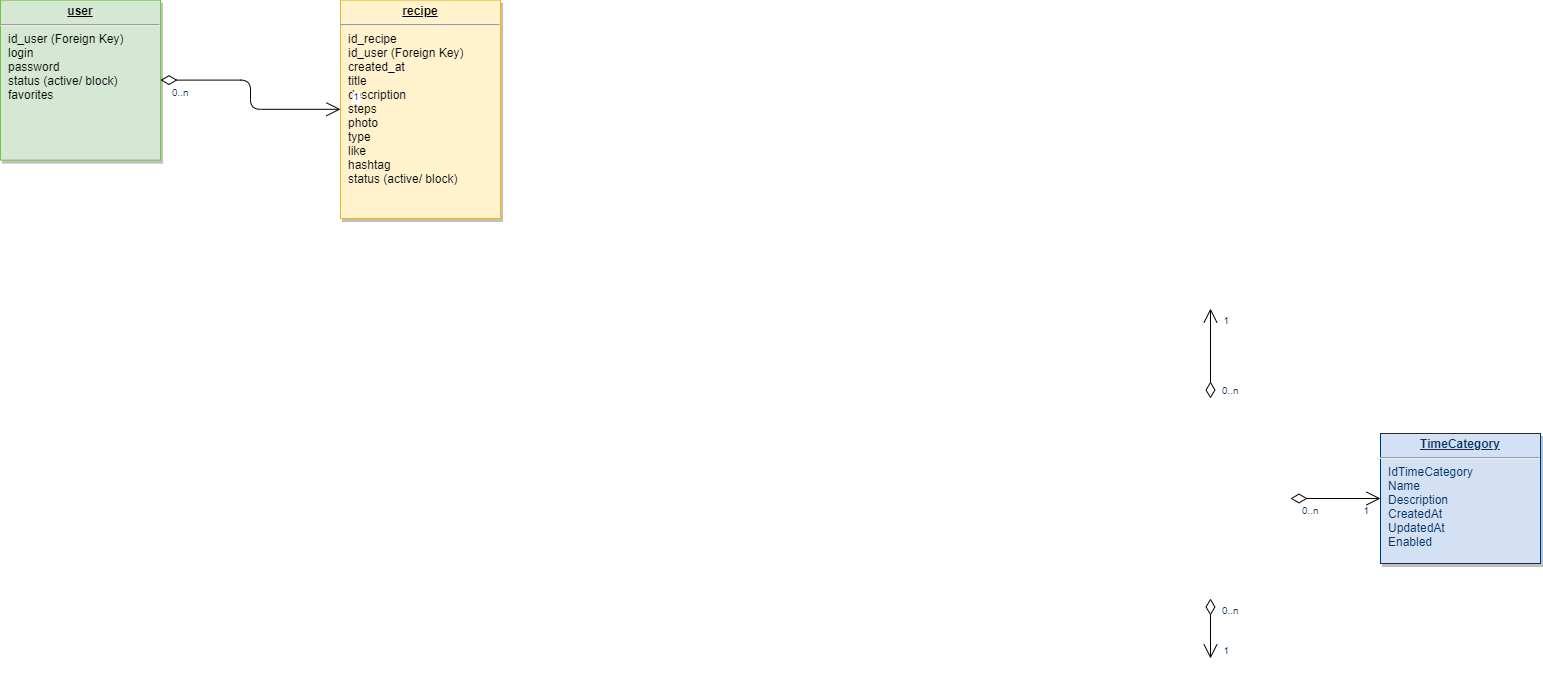
Earlier version of the draw.io export files/Database schema.drawio.png (uzhegovaelena/recipes-project). Source tidied: cells renumbered, new cells last; positions are measured from the earlier drawing's top-left corner, leaving out a move shared by most shapes. Its diagram source:
```xml
<mxGraphModel>
  <root>
    <mxCell id="0" />
    <mxCell id="1" parent="0" />
    <mxCell id="2" value="&lt;p style=&quot;margin: 0px ; margin-top: 4px ; text-align: center ; text-decoration: underline&quot;&gt;&lt;strong&gt;recipe&lt;/strong&gt;&lt;br&gt;&lt;/p&gt;&lt;hr&gt;&lt;p style=&quot;margin: 0px ; margin-left: 8px&quot;&gt;id_recipe&lt;/p&gt;&lt;p style=&quot;margin: 0px ; margin-left: 8px&quot;&gt;id_user (Foreign Key)&lt;/p&gt;&lt;p style=&quot;margin: 0px ; margin-left: 8px&quot;&gt;created_at&lt;/p&gt;&lt;p style=&quot;margin: 0px ; margin-left: 8px&quot;&gt;title&lt;/p&gt;&lt;p style=&quot;margin: 0px ; margin-left: 8px&quot;&gt;description&lt;/p&gt;&lt;p style=&quot;margin: 0px ; margin-left: 8px&quot;&gt;steps&lt;/p&gt;&lt;p style=&quot;margin: 0px ; margin-left: 8px&quot;&gt;photo&lt;/p&gt;&lt;p style=&quot;margin: 0px ; margin-left: 8px&quot;&gt;type&lt;/p&gt;&lt;p style=&quot;margin: 0px ; margin-left: 8px&quot;&gt;like&lt;/p&gt;&lt;p style=&quot;margin: 0px ; margin-left: 8px&quot;&gt;hashtag&lt;/p&gt;&lt;p style=&quot;margin: 0px ; margin-left: 8px&quot;&gt;status (active/ block)&lt;/p&gt;" style="verticalAlign=top;align=left;overflow=fill;fontSize=12;fontFamily=Helvetica;html=1;strokeColor=#d6b656;shadow=1;fillColor=#fff2cc;" parent="1" vertex="1">
      <mxGeometry x="340" y="-0.4" width="160" height="218.4" as="geometry" />
    </mxCell>
    <mxCell id="3" value="&lt;p style=&quot;margin: 0px ; margin-top: 4px ; text-align: center ; text-decoration: underline&quot;&gt;&lt;b&gt;user&lt;/b&gt;&lt;/p&gt;&lt;hr&gt;&lt;p style=&quot;margin: 0px ; margin-left: 8px&quot;&gt;id_user (Foreign Key)&lt;/p&gt;&lt;p style=&quot;margin: 0px ; margin-left: 8px&quot;&gt;login&lt;/p&gt;&lt;p style=&quot;margin: 0px ; margin-left: 8px&quot;&gt;password&lt;/p&gt;&lt;p style=&quot;margin: 0px ; margin-left: 8px&quot;&gt;status (active/ block)&lt;/p&gt;&lt;p style=&quot;margin: 0px ; margin-left: 8px&quot;&gt;favorites&lt;/p&gt;" style="verticalAlign=top;align=left;overflow=fill;fontSize=12;fontFamily=Helvetica;html=1;shadow=1;fillColor=#d5e8d4;strokeColor=#82b366;" parent="1" vertex="1">
      <mxGeometry y="-0.4" width="160" height="160" as="geometry" />
    </mxCell>
    <mxCell id="4" value="&lt;p style=&quot;margin: 0px; margin-top: 4px; text-align: center; text-decoration: underline;&quot;&gt;&lt;strong&gt;TimeCategory&lt;/strong&gt;&lt;/p&gt;&lt;hr /&gt;&lt;p style=&quot;margin: 0px; margin-left: 8px;&quot;&gt;IdTimeCategory&lt;/p&gt;&lt;p style=&quot;margin: 0px; margin-left: 8px;&quot;&gt;Name&lt;/p&gt;&lt;p style=&quot;margin: 0px; margin-left: 8px;&quot;&gt;Description&lt;/p&gt;&lt;p style=&quot;margin: 0px; margin-left: 8px;&quot;&gt;CreatedAt&lt;/p&gt;&lt;p style=&quot;margin: 0px; margin-left: 8px;&quot;&gt;UpdatedAt&lt;/p&gt;&lt;p style=&quot;margin: 0px; margin-left: 8px;&quot;&gt;Enabled&lt;/p&gt;" style="verticalAlign=top;align=left;overflow=fill;fontSize=12;fontFamily=Helvetica;html=1;strokeColor=#003366;shadow=1;fillColor=#D4E1F5;fontColor=#003366;" parent="1" vertex="1">
      <mxGeometry x="1380" y="433" width="160" height="130" as="geometry" />
    </mxCell>
    <mxCell id="5" style="endArrow=open;endSize=12;startArrow=diamondThin;startSize=14;startFill=0;edgeStyle=orthogonalEdgeStyle;" parent="1" edge="1">
      <mxGeometry x="1269.4" y="180" as="geometry">
        <mxPoint x="1210" y="598" as="sourcePoint" />
        <mxPoint x="1210" y="658" as="targetPoint" />
      </mxGeometry>
    </mxCell>
    <mxCell id="6" value="0..n" style="align=left;verticalAlign=top;labelBackgroundColor=#ffffff;fontSize=10;strokeColor=#003366;shadow=1;fillColor=#D4E1F5;fontColor=#003366;" parent="5" vertex="1">
      <mxGeometry x="-1" relative="1" as="geometry">
        <mxPoint x="10" as="offset" />
      </mxGeometry>
    </mxCell>
    <mxCell id="7" value="1" style="align=right;verticalAlign=top;labelBackgroundColor=#ffffff;fontSize=10;strokeColor=#003366;shadow=1;fillColor=#D4E1F5;fontColor=#003366;" parent="5" vertex="1">
      <mxGeometry x="1" relative="1" as="geometry">
        <mxPoint x="20" y="-20" as="offset" />
      </mxGeometry>
    </mxCell>
    <mxCell id="8" style="endArrow=open;endSize=12;startArrow=diamondThin;startSize=14;startFill=0;edgeStyle=orthogonalEdgeStyle;" parent="1" edge="1" target="4">
      <mxGeometry x="1309.4" y="540" as="geometry">
        <mxPoint x="1290" y="498" as="sourcePoint" />
      </mxGeometry>
    </mxCell>
    <mxCell id="9" value="0..n" style="align=left;verticalAlign=top;labelBackgroundColor=#ffffff;fontSize=10;strokeColor=#003366;shadow=1;fillColor=#D4E1F5;fontColor=#003366;" parent="8" vertex="1">
      <mxGeometry x="-1" relative="1" as="geometry">
        <mxPoint x="10" as="offset" />
      </mxGeometry>
    </mxCell>
    <mxCell id="10" value="1" style="align=right;verticalAlign=top;labelBackgroundColor=#ffffff;fontSize=10;strokeColor=#003366;shadow=1;fillColor=#D4E1F5;fontColor=#003366;" parent="8" vertex="1">
      <mxGeometry x="1" relative="1" as="geometry">
        <mxPoint x="-10" as="offset" />
      </mxGeometry>
    </mxCell>
    <mxCell id="11" style="endArrow=open;endSize=12;startArrow=diamondThin;startSize=14;startFill=0;edgeStyle=orthogonalEdgeStyle;" parent="1" edge="1">
      <mxGeometry x="1119.4" y="540" as="geometry">
        <mxPoint x="1210" y="398" as="sourcePoint" />
        <mxPoint x="1210" y="308" as="targetPoint" />
      </mxGeometry>
    </mxCell>
    <mxCell id="12" value="0..n" style="align=left;verticalAlign=top;labelBackgroundColor=#ffffff;fontSize=10;strokeColor=#003366;shadow=1;fillColor=#D4E1F5;fontColor=#003366;" parent="11" vertex="1">
      <mxGeometry x="-1" relative="1" as="geometry">
        <mxPoint x="10" y="-20" as="offset" />
      </mxGeometry>
    </mxCell>
    <mxCell id="13" value="1" style="align=right;verticalAlign=top;labelBackgroundColor=#ffffff;fontSize=10;strokeColor=#003366;shadow=1;fillColor=#D4E1F5;fontColor=#003366;" parent="11" vertex="1">
      <mxGeometry x="1" relative="1" as="geometry">
        <mxPoint x="20" as="offset" />
      </mxGeometry>
    </mxCell>
    <mxCell id="14" style="endArrow=open;endSize=12;startArrow=diamondThin;startSize=14;startFill=0;edgeStyle=orthogonalEdgeStyle;" parent="1" edge="1" source="3" target="2">
      <mxGeometry x="620" y="340" as="geometry" />
    </mxCell>
    <mxCell id="15" value="0..n" style="align=left;verticalAlign=top;labelBackgroundColor=#ffffff;fontSize=10;strokeColor=#003366;shadow=1;fillColor=#D4E1F5;fontColor=#003366;" parent="14" vertex="1">
      <mxGeometry x="-1" relative="1" as="geometry">
        <mxPoint x="10" as="offset" />
      </mxGeometry>
    </mxCell>
    <mxCell id="16" value="1" style="align=right;verticalAlign=top;labelBackgroundColor=#ffffff;fontSize=10;strokeColor=#003366;shadow=1;fillColor=#D4E1F5;fontColor=#003366;" parent="14" vertex="1">
      <mxGeometry x="1" relative="1" as="geometry">
        <mxPoint x="20" y="-25" as="offset" />
      </mxGeometry>
    </mxCell>
  </root>
</mxGraphModel>
```
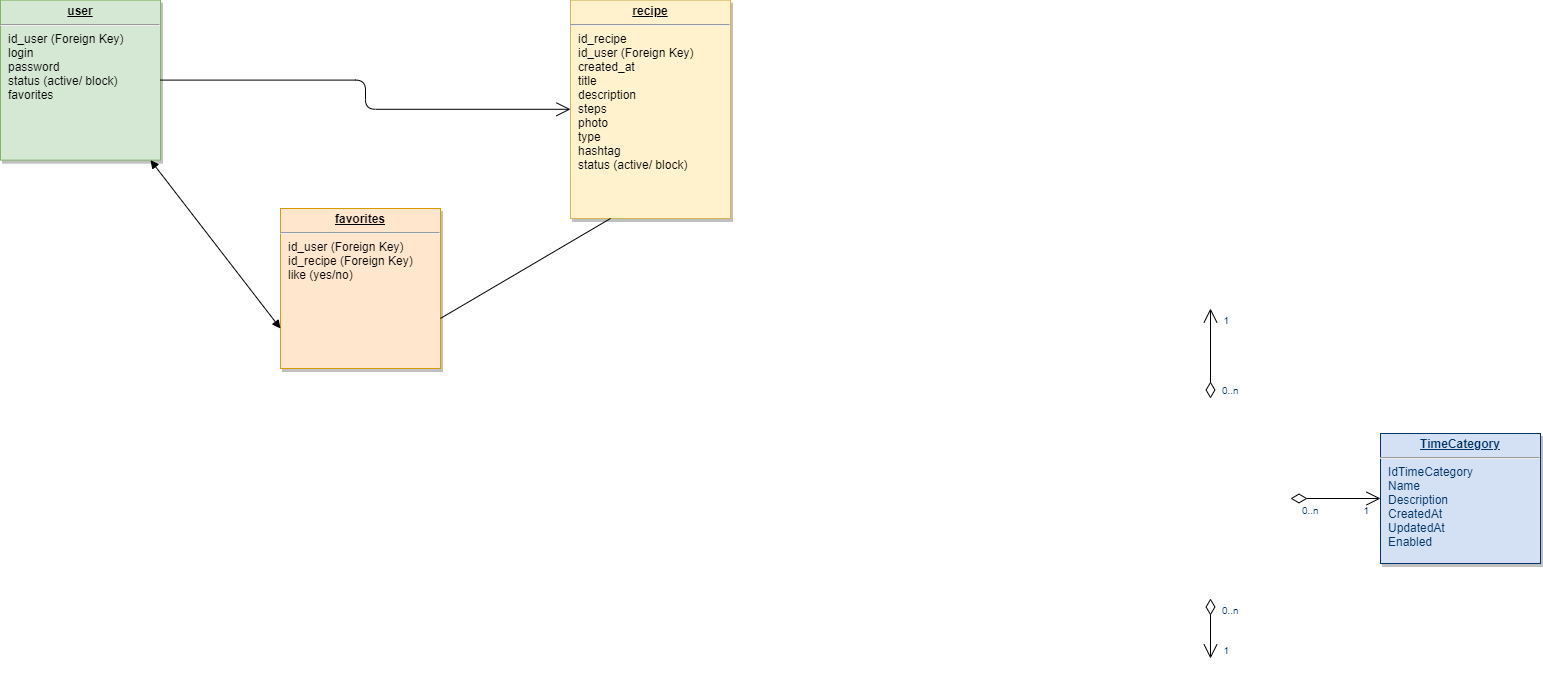
The same diagram one commit later.

The edit, as a diff of the source:
```diff
@@ -2,8 +2,8 @@
   <root>
     <mxCell id="0" />
     <mxCell id="1" parent="0" />
-    <mxCell id="2" value="&lt;p style=&quot;margin: 0px ; margin-top: 4px ; text-align: center ; text-decoration: underline&quot;&gt;&lt;strong&gt;recipe&lt;/strong&gt;&lt;br&gt;&lt;/p&gt;&lt;hr&gt;&lt;p style=&quot;margin: 0px ; margin-left: 8px&quot;&gt;id_recipe&lt;/p&gt;&lt;p style=&quot;margin: 0px ; margin-left: 8px&quot;&gt;id_user (Foreign Key)&lt;/p&gt;&lt;p style=&quot;margin: 0px ; margin-left: 8px&quot;&gt;created_at&lt;/p&gt;&lt;p style=&quot;margin: 0px ; margin-left: 8px&quot;&gt;title&lt;/p&gt;&lt;p style=&quot;margin: 0px ; margin-left: 8px&quot;&gt;description&lt;/p&gt;&lt;p style=&quot;margin: 0px ; margin-left: 8px&quot;&gt;steps&lt;/p&gt;&lt;p style=&quot;margin: 0px ; margin-left: 8px&quot;&gt;photo&lt;/p&gt;&lt;p style=&quot;margin: 0px ; margin-left: 8px&quot;&gt;type&lt;/p&gt;&lt;p style=&quot;margin: 0px ; margin-left: 8px&quot;&gt;like&lt;/p&gt;&lt;p style=&quot;margin: 0px ; margin-left: 8px&quot;&gt;hashtag&lt;/p&gt;&lt;p style=&quot;margin: 0px ; margin-left: 8px&quot;&gt;status (active/ block)&lt;/p&gt;" style="verticalAlign=top;align=left;overflow=fill;fontSize=12;fontFamily=Helvetica;html=1;strokeColor=#d6b656;shadow=1;fillColor=#fff2cc;" parent="1" vertex="1">
-      <mxGeometry x="340" y="-0.4" width="160" height="218.4" as="geometry" />
+    <mxCell id="2" value="&lt;p style=&quot;margin: 0px ; margin-top: 4px ; text-align: center ; text-decoration: underline&quot;&gt;&lt;strong&gt;recipe&lt;/strong&gt;&lt;br&gt;&lt;/p&gt;&lt;hr&gt;&lt;p style=&quot;margin: 0px ; margin-left: 8px&quot;&gt;id_recipe&lt;/p&gt;&lt;p style=&quot;margin: 0px ; margin-left: 8px&quot;&gt;id_user (Foreign Key)&lt;/p&gt;&lt;p style=&quot;margin: 0px ; margin-left: 8px&quot;&gt;created_at&lt;/p&gt;&lt;p style=&quot;margin: 0px ; margin-left: 8px&quot;&gt;title&lt;/p&gt;&lt;p style=&quot;margin: 0px ; margin-left: 8px&quot;&gt;description&lt;/p&gt;&lt;p style=&quot;margin: 0px ; margin-left: 8px&quot;&gt;steps&lt;/p&gt;&lt;p style=&quot;margin: 0px ; margin-left: 8px&quot;&gt;photo&lt;/p&gt;&lt;p style=&quot;margin: 0px ; margin-left: 8px&quot;&gt;type&lt;/p&gt;&lt;p style=&quot;margin: 0px ; margin-left: 8px&quot;&gt;&lt;span&gt;hashtag&lt;/span&gt;&lt;br&gt;&lt;/p&gt;&lt;p style=&quot;margin: 0px ; margin-left: 8px&quot;&gt;status (active/ block)&lt;/p&gt;" style="verticalAlign=top;align=left;overflow=fill;fontSize=12;fontFamily=Helvetica;html=1;strokeColor=#d6b656;shadow=1;fillColor=#fff2cc;" parent="1" vertex="1">
+      <mxGeometry x="570" y="-0.4" width="160" height="218.4" as="geometry" />
     </mxCell>
     <mxCell id="3" value="&lt;p style=&quot;margin: 0px ; margin-top: 4px ; text-align: center ; text-decoration: underline&quot;&gt;&lt;b&gt;user&lt;/b&gt;&lt;/p&gt;&lt;hr&gt;&lt;p style=&quot;margin: 0px ; margin-left: 8px&quot;&gt;id_user (Foreign Key)&lt;/p&gt;&lt;p style=&quot;margin: 0px ; margin-left: 8px&quot;&gt;login&lt;/p&gt;&lt;p style=&quot;margin: 0px ; margin-left: 8px&quot;&gt;password&lt;/p&gt;&lt;p style=&quot;margin: 0px ; margin-left: 8px&quot;&gt;status (active/ block)&lt;/p&gt;&lt;p style=&quot;margin: 0px ; margin-left: 8px&quot;&gt;favorites&lt;/p&gt;" style="verticalAlign=top;align=left;overflow=fill;fontSize=12;fontFamily=Helvetica;html=1;shadow=1;fillColor=#d5e8d4;strokeColor=#82b366;" parent="1" vertex="1">
       <mxGeometry y="-0.4" width="160" height="160" as="geometry" />
@@ -58,18 +58,19 @@
         <mxPoint x="20" as="offset" />
       </mxGeometry>
     </mxCell>
-    <mxCell id="14" style="endArrow=open;endSize=12;startArrow=diamondThin;startSize=14;startFill=0;edgeStyle=orthogonalEdgeStyle;" parent="1" edge="1" source="3" target="2">
+    <mxCell id="14" style="endArrow=open;endSize=12;startArrow=none;startSize=14;startFill=0;edgeStyle=orthogonalEdgeStyle;" parent="1" edge="1" source="3" target="2">
       <mxGeometry x="620" y="340" as="geometry" />
     </mxCell>
-    <mxCell id="15" value="0..n" style="align=left;verticalAlign=top;labelBackgroundColor=#ffffff;fontSize=10;strokeColor=#003366;shadow=1;fillColor=#D4E1F5;fontColor=#003366;" parent="14" vertex="1">
-      <mxGeometry x="-1" relative="1" as="geometry">
-        <mxPoint x="10" as="offset" />
-      </mxGeometry>
-    </mxCell>
-    <mxCell id="16" value="1" style="align=right;verticalAlign=top;labelBackgroundColor=#ffffff;fontSize=10;strokeColor=#003366;shadow=1;fillColor=#D4E1F5;fontColor=#003366;" parent="14" vertex="1">
-      <mxGeometry x="1" relative="1" as="geometry">
-        <mxPoint x="20" y="-25" as="offset" />
-      </mxGeometry>
-    </mxCell>
+    <mxCell id="17" value="&lt;p style=&quot;margin: 0px ; margin-top: 4px ; text-align: center ; text-decoration: underline&quot;&gt;&lt;b&gt;favorites&lt;/b&gt;&lt;/p&gt;&lt;hr&gt;&lt;p style=&quot;margin: 0px ; margin-left: 8px&quot;&gt;id_user (Foreign Key)&lt;/p&gt;&lt;p style=&quot;margin: 0px ; margin-left: 8px&quot;&gt;id_recipe&amp;nbsp;(Foreign Key)&amp;nbsp;&lt;/p&gt;&lt;p style=&quot;margin: 0px ; margin-left: 8px&quot;&gt;like (yes/no)&lt;/p&gt;&lt;p style=&quot;margin: 0px ; margin-left: 8px&quot;&gt;&lt;br&gt;&lt;/p&gt;" style="verticalAlign=top;align=left;overflow=fill;fontSize=12;fontFamily=Helvetica;html=1;shadow=1;fillColor=#ffe6cc;strokeColor=#d79b00;" parent="1" vertex="1">
+      <mxGeometry x="280" y="208" width="160" height="160" as="geometry" />
+    </mxCell>
+    <mxCell id="18" style="endArrow=block;startArrow=block;endFill=1;startFill=1;html=1;entryX=0;entryY=0.75;entryDx=0;entryDy=0;rounded=1;exitX=0;exitY=0.75;exitDx=0;exitDy=0;" parent="1" edge="1" source="17">
+      <mxGeometry relative="1" as="geometry">
+        <mxPoint x="150" y="159.6" as="targetPoint" />
+      </mxGeometry>
+    </mxCell>
+    <mxCell id="19" style="endArrow=none;html=1;entryX=0.25;entryY=1;entryDx=0;entryDy=0;exitX=1;exitY=0.687;exitDx=0;exitDy=0;exitPerimeter=0;" parent="1" edge="1" source="17" target="2">
+      <mxGeometry relative="1" as="geometry" />
+    </mxCell>
   </root>
 </mxGraphModel>
```
